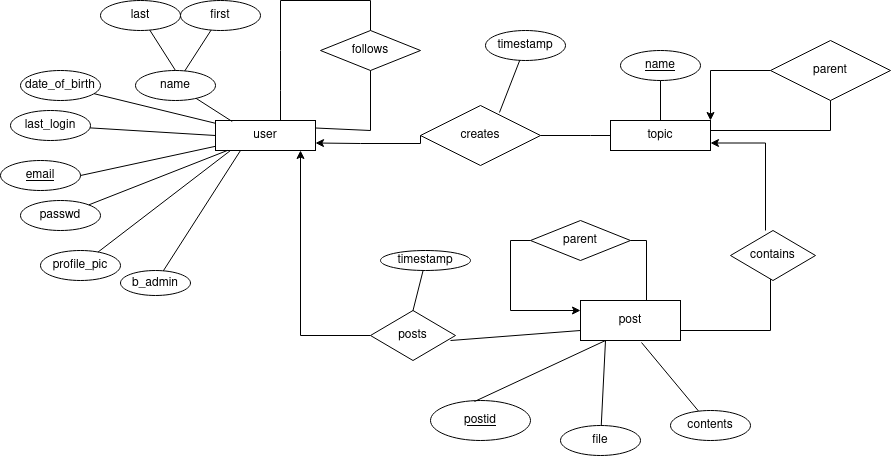
Above: doc/diagrams/ER/entity_relationship_diagram.png in kubatovtamas/uzenetSZTEk (draw.io), before the change. Source tidied: cells renumbered, new cells last; positions are measured from the earlier drawing's top-left corner, leaving out a move shared by most shapes.
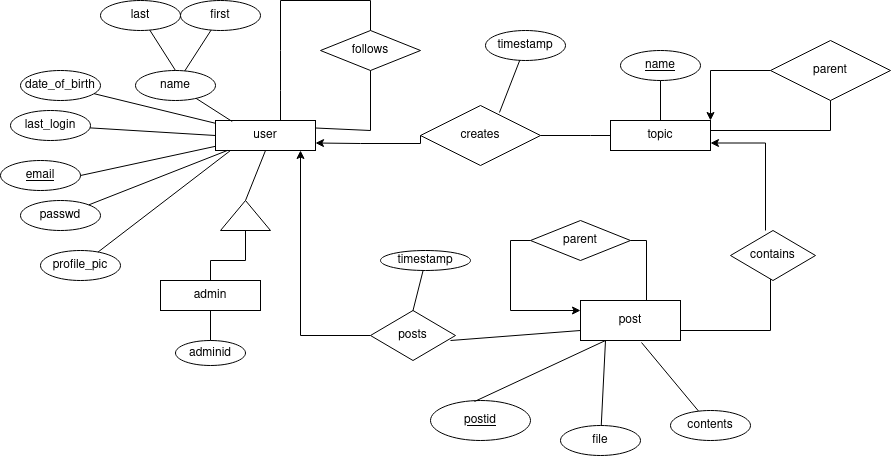
After the change.

Commit message:
Added admin as specialized entity to ER diagram

Diff of the diagram source:
```diff
@@ -215,14 +215,31 @@
     <mxCell id="51" value="contains" style="shape=rhombus;perimeter=rhombusPerimeter;whiteSpace=wrap;html=1;align=center;" parent="1" vertex="1">
       <mxGeometry x="730" y="230" width="85" height="50" as="geometry" />
     </mxCell>
-    <mxCell id="52" value="b_admin" style="ellipse;whiteSpace=wrap;html=1;align=center;" parent="1" vertex="1">
-      <mxGeometry x="120" y="270" width="70" height="25" as="geometry" />
+    <mxCell id="52" value="adminid" style="ellipse;whiteSpace=wrap;html=1;align=center;" parent="1" vertex="1">
+      <mxGeometry x="175" y="340" width="70" height="25" as="geometry" />
     </mxCell>
-    <mxCell id="53" style="endArrow=none;html=1;rounded=0;entryX=0.25;entryY=1;entryDx=0;entryDy=0;" parent="1" edge="1" source="52" target="2">
+    <mxCell id="53" style="endArrow=none;html=1;rounded=0;" parent="1" edge="1" source="52" target="55">
       <mxGeometry relative="1" as="geometry" />
     </mxCell>
     <mxCell id="54" style="edgeStyle=orthogonalEdgeStyle;rounded=0;orthogonalLoop=1;jettySize=auto;html=1;exitX=0.5;exitY=1;exitDx=0;exitDy=0;startFill=1;endFill=1;" parent="1" edge="1" source="18" target="18">
       <mxGeometry relative="1" as="geometry" />
     </mxCell>
+    <mxCell id="55" value="admin" style="whiteSpace=wrap;html=1;align=center;" parent="1" vertex="1">
+      <mxGeometry x="160" y="280" width="100" height="30" as="geometry" />
+    </mxCell>
+    <mxCell id="56" style="triangle;whiteSpace=wrap;html=1;rotation=-90;" parent="1" vertex="1">
+      <mxGeometry x="230" y="190" width="30" height="50" as="geometry" />
+    </mxCell>
+    <mxCell id="57" style="endArrow=none;html=1;rounded=0;entryX=0.5;entryY=1;entryDx=0;entryDy=0;exitX=1;exitY=0.5;exitDx=0;exitDy=0;" parent="1" edge="1" source="56" target="2">
+      <mxGeometry relative="1" as="geometry" />
+    </mxCell>
+    <mxCell id="58" style="endArrow=none;html=1;rounded=0;exitX=0.5;exitY=0;exitDx=0;exitDy=0;entryX=0;entryY=0.5;entryDx=0;entryDy=0;" parent="1" edge="1" source="55" target="56">
+      <mxGeometry relative="1" as="geometry">
+        <Array as="points">
+          <mxPoint x="210" y="260" />
+          <mxPoint x="245" y="260" />
+        </Array>
+      </mxGeometry>
+    </mxCell>
   </root>
 </mxGraphModel>
```
